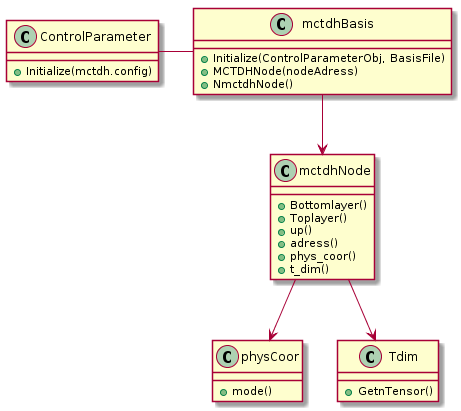
Before: figures/sequenceDiagram.png, a diagram exported from PlantUML (pietiep/master-s-thesis).
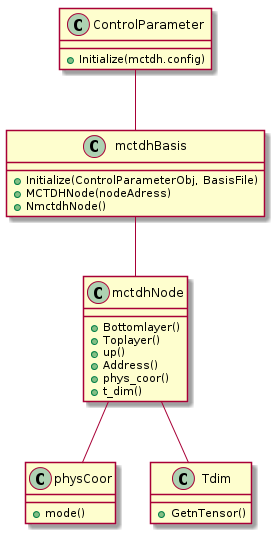
The same diagram one commit later.

Change to the diagram source:
```diff
@@ -1,8 +1,8 @@
 @startuml
 ControlParameter - mctdhBasis
-mctdhBasis --> mctdhNode
-mctdhNode --> physCoor
-mctdhNode --> Tdim
+mctdhBasis -- mctdhNode
+mctdhNode -- physCoor
+mctdhNode -- Tdim
 
 ControlParameter : +Initialize(mctdh.config)
 mctdhBasis : +Initialize(ControlParameterObj, BasisFile)
@@ -11,7 +11,7 @@
 mctdhNode : +Bottomlayer()
 mctdhNode : +Toplayer()
 mctdhNode : +up()
-mctdhNode : +adress()
+mctdhNode : +Address()
 mctdhNode : +phys_coor()
 mctdhNode : +t_dim()
 physCoor : +mode()
```
